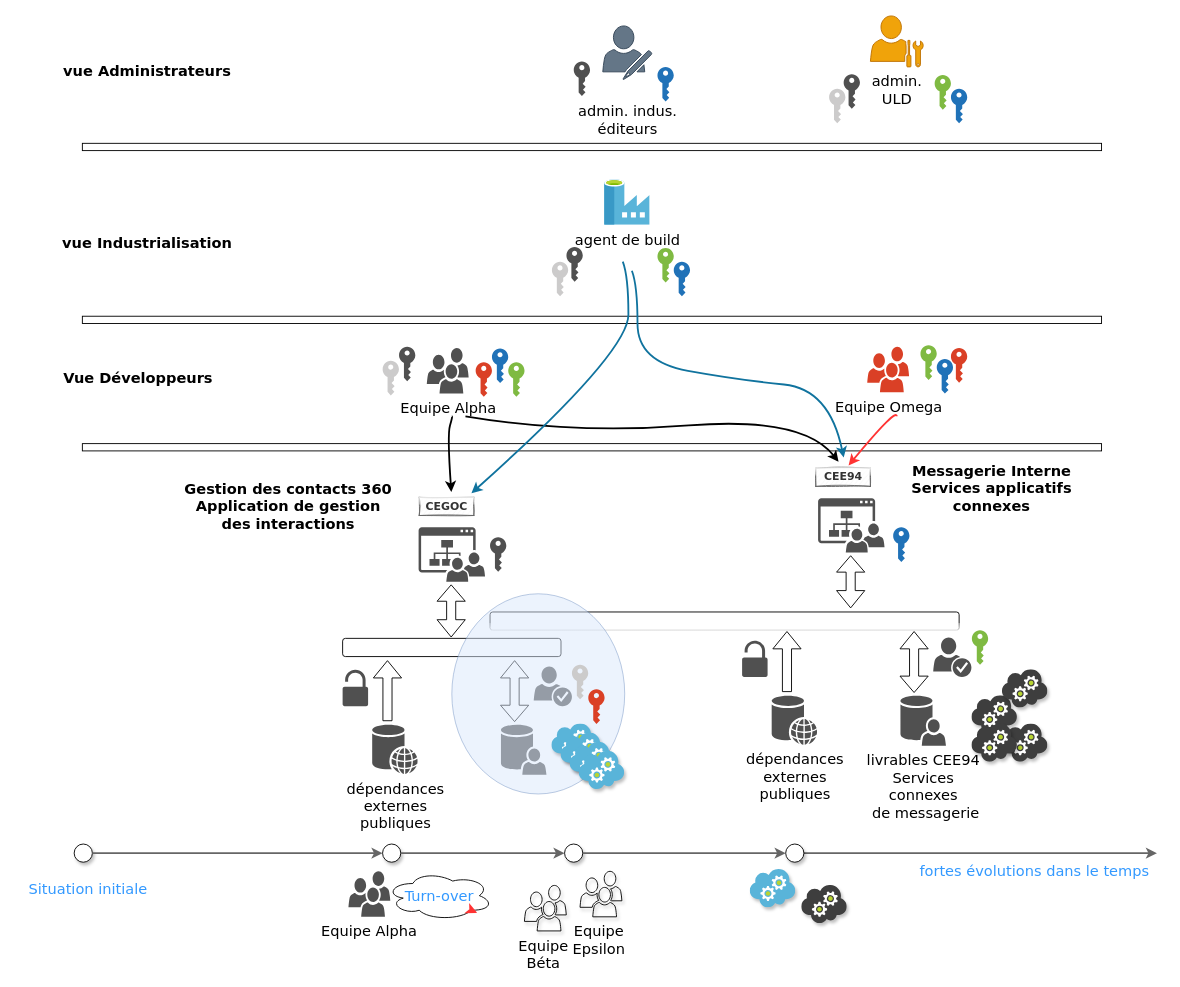
jmrablat/diagrams keeps this draw.io diagram as page "cia_arti_uld_temporel" (3 of 3) of cia_artifactory_diagram.drawio. Above is the earlier version. Source tidied: cells renumbered, new cells numbered last; positions are measured from the earlier drawing's top-left corner, leaving out a move shared by most shapes. Both pictures are drawn from the tidied source at 91%, with x=0, y=0 at pixel (19, 15).
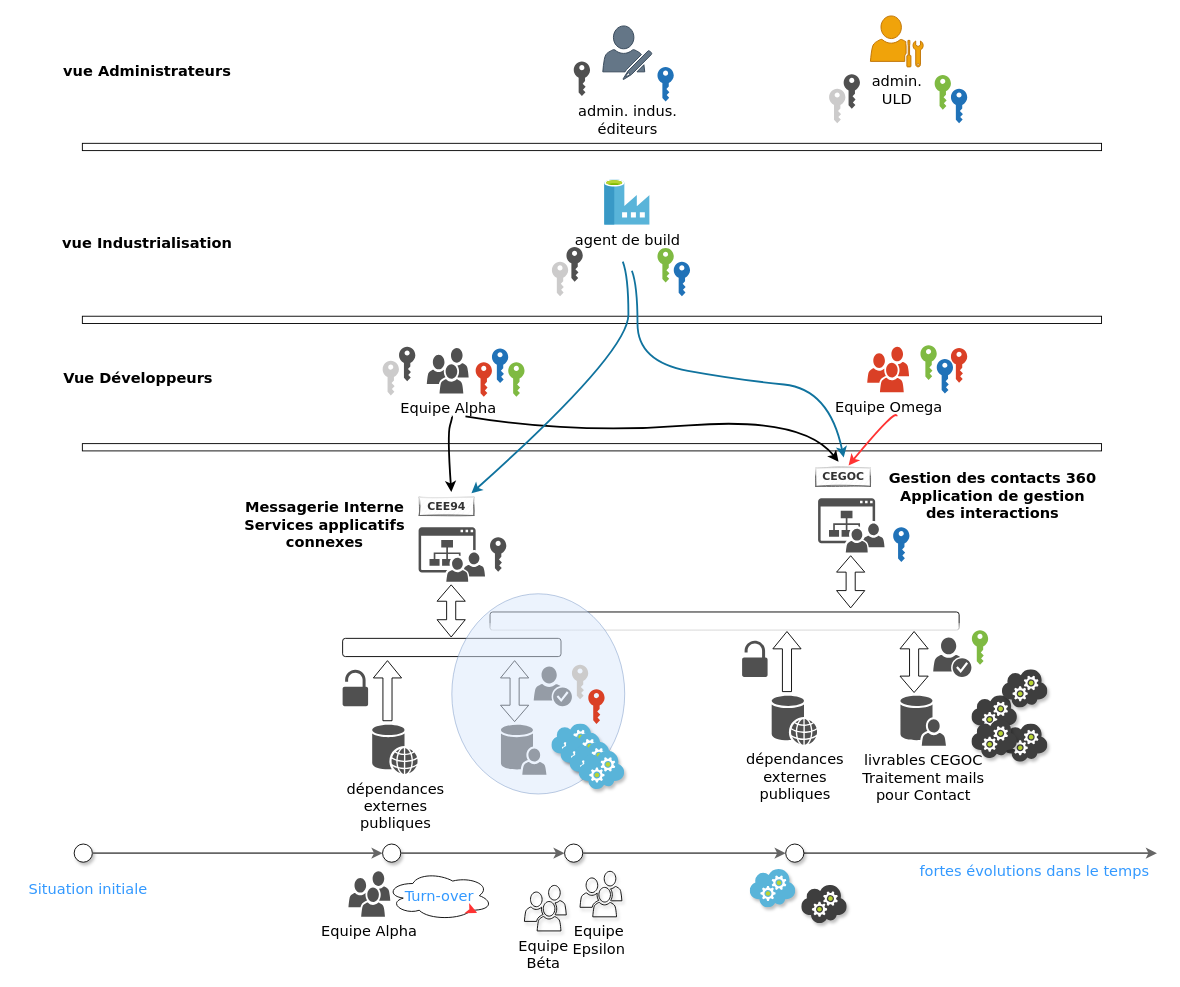
After the change.

Change to the diagram source:
```diff
@@
-    <mxCell id="13" value="&lt;font style=&quot;font-size: 16px;&quot;&gt;livrables CEE94&lt;br style=&quot;font-size: 16px;&quot;&gt;Services&lt;br style=&quot;font-size: 16px;&quot;&gt;connexes&lt;br style=&quot;font-size: 16px;&quot;&gt;&amp;nbsp;de messagerie&lt;/font&gt;" style="shadow=0;dashed=0;html=1;strokeColor=none;fillColor=#505050;labelPosition=center;verticalLabelPosition=bottom;verticalAlign=top;align=center;shape=mxgraph.office.users.user_store;sketch=0;fontFamily=Verdana;fontSize=16;" parent="1" vertex="1">
+    <mxCell id="13" value="&lt;font style=&quot;font-size: 16px&quot;&gt;livrables CEGOC&lt;br style=&quot;font-size: 16px&quot;&gt;Traitement mails&lt;br&gt;pour Contact&lt;/font&gt;" style="shadow=0;dashed=0;html=1;strokeColor=none;fillColor=#505050;labelPosition=center;verticalLabelPosition=bottom;verticalAlign=top;align=center;shape=mxgraph.office.users.user_store;sketch=0;fontFamily=Verdana;fontSize=16;" parent="1" vertex="1">
       <mxGeometry x="968" y="747" width="50" height="55" as="geometry" />
     </mxCell>
@@
-    <mxCell id="23" value="CEE94" style="text;align=center;verticalAlign=middle;points=[];fillColor=#f5f5f5;strokeColor=#666666;rounded=0;shadow=0;glass=1;sketch=1;fontFamily=Verdana;html=1;fontStyle=1;fontColor=#333333;" parent="1" vertex="1">
+    <mxCell id="23" value="CEGOC" style="text;align=center;verticalAlign=middle;points=[];fillColor=#f5f5f5;strokeColor=#666666;rounded=0;shadow=0;glass=1;sketch=1;fontFamily=Verdana;html=1;fontStyle=1;fontColor=#333333;" parent="1" vertex="1">
       <mxGeometry x="875" y="497" width="60" height="20" as="geometry" />
     </mxCell>
     <mxCell id="24" value="Messagerie Interne&lt;br style=&quot;font-size: 16px;&quot;&gt;Services applicatifs&lt;br style=&quot;font-size: 16px;&quot;&gt;connexes" style="text;html=1;align=center;verticalAlign=middle;fillColor=none;strokeColor=none;rounded=0;shadow=0;glass=1;sketch=1;fontFamily=Verdana;fontStyle=1;fontSize=16;" parent="1" vertex="1">
-      <mxGeometry x="972.5" y="489" width="190" height="60" as="geometry" />
+      <mxGeometry x="240" y="529" width="190" height="60" as="geometry" />
     </mxCell>
-    <mxCell id="25" value="CEGOC" style="text;align=center;verticalAlign=middle;points=[];rounded=0;shadow=0;glass=1;sketch=1;fontFamily=Verdana;html=1;fontStyle=1;fillColor=#f5f5f5;strokeColor=#666666;fontColor=#333333;" parent="1" vertex="1">
+    <mxCell id="25" value="CEE94" style="text;align=center;verticalAlign=middle;points=[];rounded=0;shadow=0;glass=1;sketch=1;fontFamily=Verdana;html=1;fontStyle=1;fillColor=#f5f5f5;strokeColor=#666666;fontColor=#333333;" parent="1" vertex="1">
       <mxGeometry x="439.2" y="529" width="60" height="20" as="geometry" />
     </mxCell>
     <mxCell id="26" value="Gestion des contacts 360&lt;br style=&quot;font-size: 16px;&quot;&gt;Application de gestion&lt;br style=&quot;font-size: 16px;&quot;&gt;des interactions" style="text;html=1;align=center;verticalAlign=middle;fillColor=none;strokeColor=none;rounded=0;shadow=0;glass=1;sketch=1;fontFamily=Verdana;fontStyle=1;fontSize=16;" parent="1" vertex="1">
-      <mxGeometry x="175" y="509" width="240" height="60" as="geometry" />
+      <mxGeometry x="949" y="497" width="240" height="60" as="geometry" />
     </mxCell>
@@
     <mxCell id="88" style="html=1;align=center;image;fontSize=12;image=img/lib/mscae/Cloud_Service.svg;shadow=1;" parent="1" vertex="1">
-      <mxGeometry x="1046.5" y="778" width="50" height="42" as="geometry" />
+      <mxGeometry x="1046.5" y="774" width="50" height="42" as="geometry" />
     </mxCell>
```
